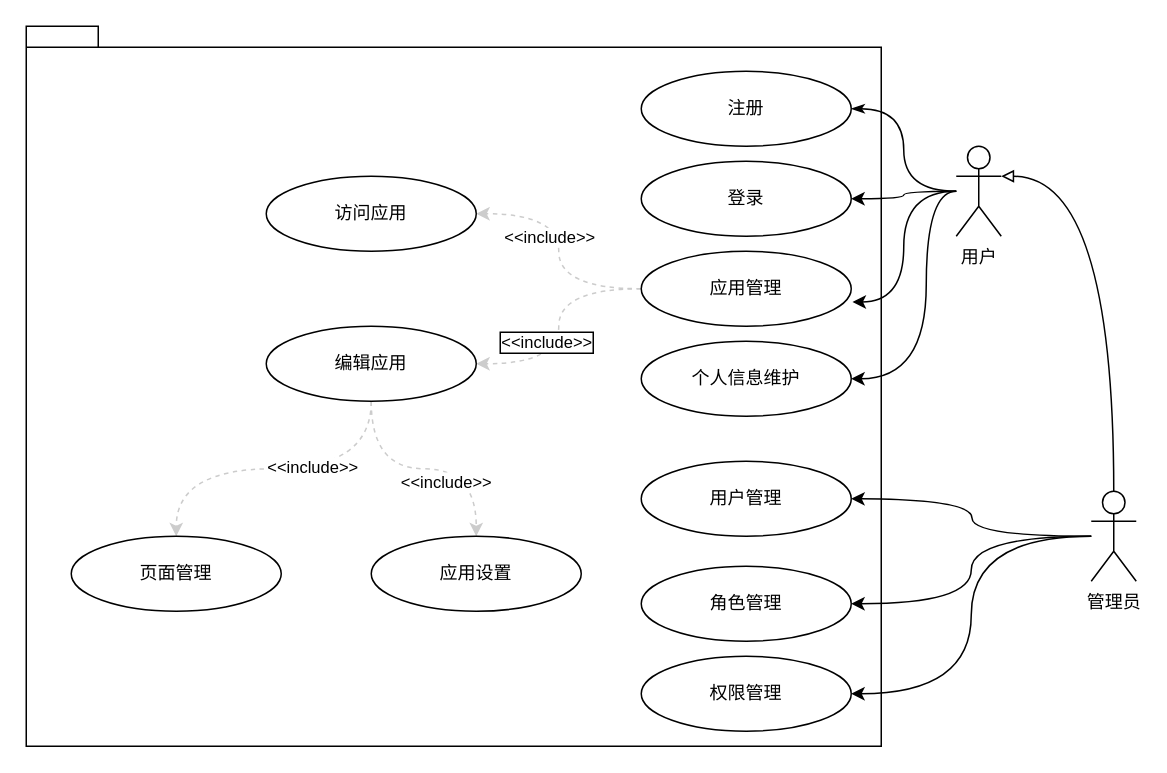
Above: 未命名绘图.drawio in object-kaz/cpplearn (draw.io), before the change. Source tidied: cells renumbered, new cells numbered last; positions are measured from the earlier drawing's top-left corner, leaving out a move shared by most shapes. Both pictures are drawn from the tidied source at 150%, with x=0, y=0 at pixel (26, 26).
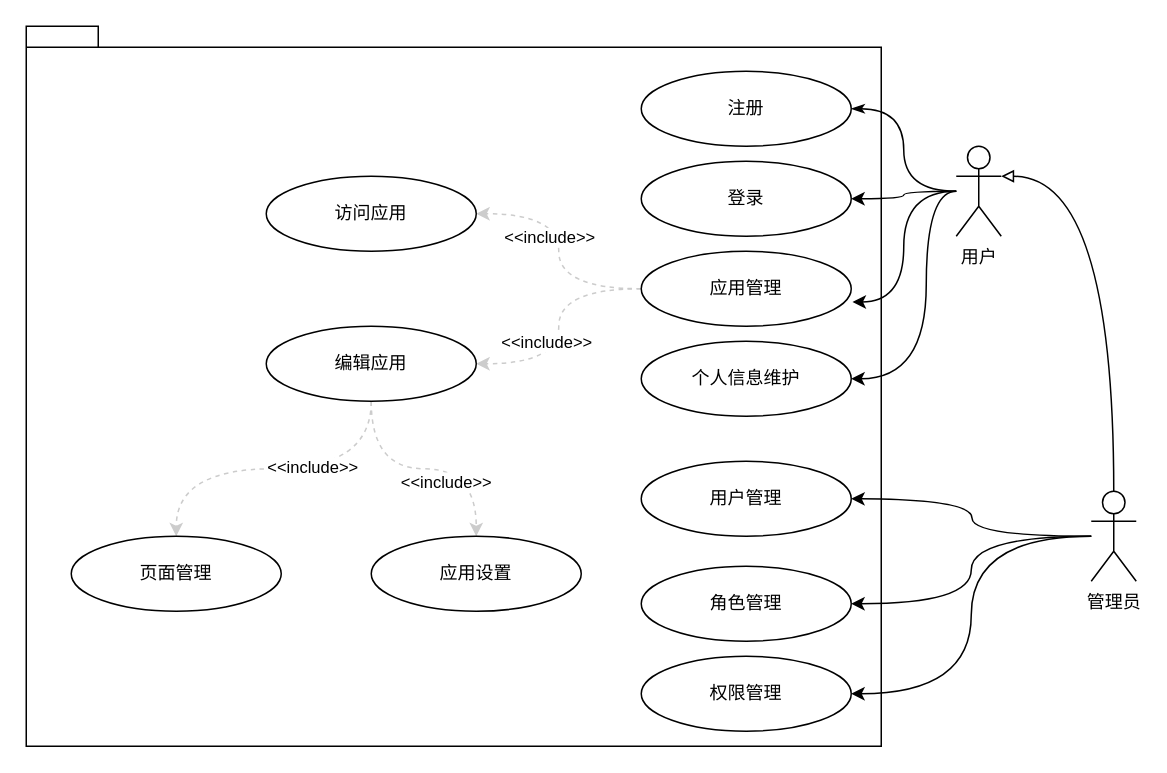
The same diagram, later.

Commit message:
更新未命名绘图.drawio

Unchanged cells that the change refers to:
```xml
<mxCell id="17" style="edgeStyle=orthogonalEdgeStyle;shape=connector;curved=1;rounded=0;jettySize=auto;html=1;labelBackgroundColor=default;strokeColor=#CCCCCC;fontFamily=Helvetica;fontSize=11;fontColor=default;endArrow=classic;endFill=1;dashed=1;" parent="1" edge="1" source="19" target="29">
  <mxGeometry relative="1" as="geometry" />
</mxCell>
```

Change to the diagram source:
```diff
@@
-    <mxCell id="18" value="&amp;lt;&amp;lt;include&amp;gt;&amp;gt;" style="edgeLabel;html=1;align=center;verticalAlign=middle;fontSize=11;fontFamily=Helvetica;fontColor=default;labelBackgroundColor=#FFFFFF;labelBorderColor=default;" parent="17" vertex="1">
+    <mxCell id="18" value="&amp;lt;&amp;lt;include&amp;gt;&amp;gt;" style="edgeLabel;html=1;align=center;verticalAlign=middle;fontSize=11;fontFamily=Helvetica;fontColor=default;labelBackgroundColor=#FFFFFF;labelBorderColor=none;" parent="17" vertex="1">
       <mxGeometry x="0.12" y="-9" relative="1" as="geometry" />
     </mxCell>
```
